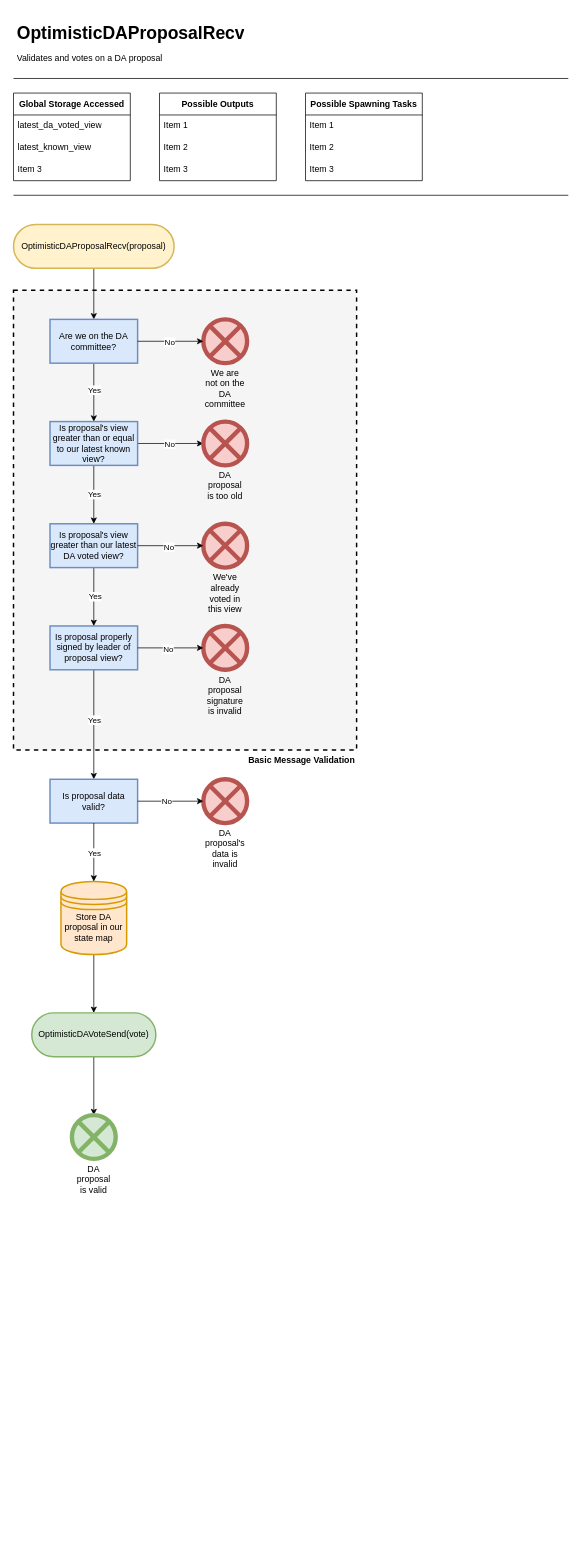
EspressoSystems/HotShot keeps this draw.io diagram as page "OptimisticDAProposalRecv" (3 of 7) of docs/diagrams/HotShotFlow.drawio. Above is the earlier version. Source tidied: cells renumbered, new cells numbered last; positions are measured from the earlier drawing's top-left corner, leaving out a move shared by most shapes. Both pictures are drawn from the tidied source at 73%, with x=0, y=0 at pixel (13, 20).
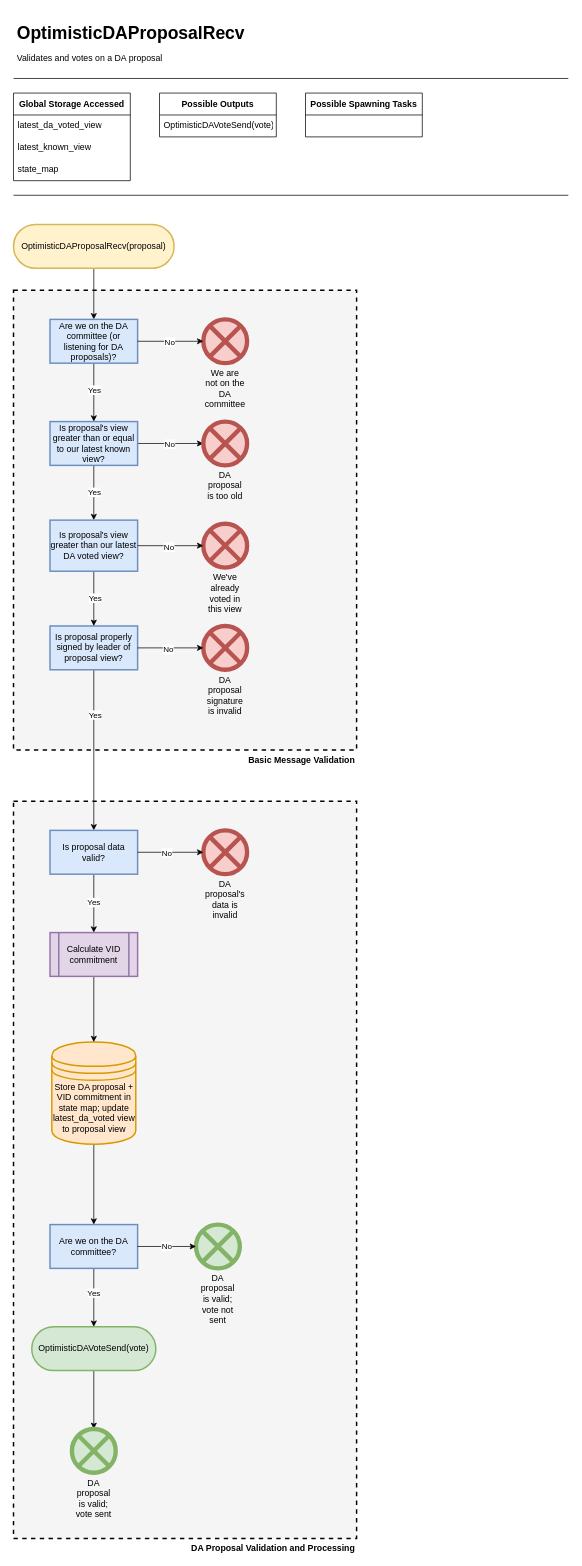
After the change.

Unchanged cells that the change refers to:
```xml
<mxCell id="5" value="&lt;b&gt;Global Storage Accessed&lt;/b&gt;" style="swimlane;fontStyle=0;horizontal=1;startSize=30;whiteSpace=wrap;html=1;" parent="1" vertex="1">
  <mxGeometry y="100" width="160" height="120" as="geometry" />
</mxCell>
<mxCell id="36" style="edgeStyle=orthogonalEdgeStyle;rounded=0;jettySize=auto;html=1;" parent="1" edge="1" source="38" target="49">
  <mxGeometry relative="1" as="geometry" />
</mxCell>
```

What changed in the source:
```diff
@@
+    <mxCell id="55" value="&lt;b&gt;DA Proposal Validation and Processing&lt;/b&gt;" style="rounded=0;whiteSpace=wrap;html=1;labelPosition=center;verticalLabelPosition=bottom;align=right;verticalAlign=top;dashed=1;strokeWidth=2;fillColor=#F5F5F5;" parent="1" vertex="1">
+      <mxGeometry y="1070" width="470" height="1010" as="geometry" />
+    </mxCell>
@@
-    <mxCell id="8" value="Item 3" style="text;strokeColor=none;fillColor=none;align=left;verticalAlign=middle;spacingLeft=4;spacingRight=4;overflow=hidden;whiteSpace=wrap;html=1;" parent="5" vertex="1">
+    <mxCell id="8" value="state_map" style="text;strokeColor=none;fillColor=none;align=left;verticalAlign=middle;spacingLeft=4;spacingRight=4;overflow=hidden;whiteSpace=wrap;html=1;" parent="5" vertex="1">
       <mxGeometry y="90" width="160" height="30" as="geometry" />
     </mxCell>
     <mxCell id="9" value="&lt;b&gt;Possible Outputs&lt;/b&gt;" style="swimlane;fontStyle=0;horizontal=1;startSize=30;whiteSpace=wrap;html=1;" parent="1" vertex="1">
-      <mxGeometry x="200" y="100" width="160" height="120" as="geometry" />
+      <mxGeometry x="200" y="100" width="160" height="60" as="geometry" />
     </mxCell>
-    <mxCell id="10" value="Item 1" style="text;strokeColor=none;fillColor=none;align=left;verticalAlign=middle;spacingLeft=4;spacingRight=4;overflow=hidden;whiteSpace=wrap;html=1;" parent="9" vertex="1">
+    <mxCell id="10" value="OptimisticDAVoteSend(vote)" style="text;strokeColor=none;fillColor=none;align=left;verticalAlign=middle;spacingLeft=4;spacingRight=4;overflow=hidden;whiteSpace=wrap;html=1;" parent="9" vertex="1">
       <mxGeometry y="30" width="160" height="30" as="geometry" />
     </mxCell>
-    <mxCell id="11" value="Item 2" style="text;strokeColor=none;fillColor=none;align=left;verticalAlign=middle;spacingLeft=4;spacingRight=4;overflow=hidden;whiteSpace=wrap;html=1;" parent="9" vertex="1">
-      <mxGeometry y="60" width="160" height="30" as="geometry" />
-    </mxCell>
-    <mxCell id="12" value="Item 3" style="text;strokeColor=none;fillColor=none;align=left;verticalAlign=middle;spacingLeft=4;spacingRight=4;overflow=hidden;whiteSpace=wrap;html=1;" parent="9" vertex="1">
-      <mxGeometry y="90" width="160" height="30" as="geometry" />
-    </mxCell>
     <mxCell id="13" value="&lt;b&gt;Possible Spawning Tasks&lt;/b&gt;" style="swimlane;fontStyle=0;horizontal=1;startSize=30;whiteSpace=wrap;html=1;" parent="1" vertex="1">
-      <mxGeometry x="400" y="100" width="160" height="120" as="geometry" />
+      <mxGeometry x="400" y="100" width="160" height="60" as="geometry" />
     </mxCell>
-    <mxCell id="14" value="Item 1" style="text;strokeColor=none;fillColor=none;align=left;verticalAlign=middle;spacingLeft=4;spacingRight=4;overflow=hidden;whiteSpace=wrap;html=1;" parent="13" vertex="1">
-      <mxGeometry y="30" width="160" height="30" as="geometry" />
-    </mxCell>
-    <mxCell id="15" value="Item 2" style="text;strokeColor=none;fillColor=none;align=left;verticalAlign=middle;spacingLeft=4;spacingRight=4;overflow=hidden;whiteSpace=wrap;html=1;" parent="13" vertex="1">
-      <mxGeometry y="60" width="160" height="30" as="geometry" />
-    </mxCell>
-    <mxCell id="16" value="Item 3" style="text;strokeColor=none;fillColor=none;align=left;verticalAlign=middle;spacingLeft=4;spacingRight=4;overflow=hidden;whiteSpace=wrap;html=1;" parent="13" vertex="1">
-      <mxGeometry y="90" width="160" height="30" as="geometry" />
-    </mxCell>
@@
-    <mxCell id="22" value="Are we on the DA committee?" style="whiteSpace=wrap;html=1;rounded=0;fillColor=#dae8fc;strokeColor=#6c8ebf;strokeWidth=2;" parent="1" vertex="1">
+    <mxCell id="22" value="Are we on the DA committee (or listening for DA proposals)?" style="whiteSpace=wrap;html=1;rounded=0;fillColor=#dae8fc;strokeColor=#6c8ebf;strokeWidth=2;" parent="1" vertex="1">
       <mxGeometry x="50" y="410" width="120" height="60" as="geometry" />
     </mxCell>
@@
-    <mxCell id="26" style="edgeStyle=orthogonalEdgeStyle;rounded=0;jettySize=auto;html=1;" parent="1" edge="1" source="27" target="29">
-      <mxGeometry relative="1" as="geometry" />
-    </mxCell>
+    <mxCell id="56" style="edgeStyle=orthogonalEdgeStyle;rounded=0;jettySize=auto;html=1;" parent="1" edge="1" source="27" target="62">
+      <mxGeometry relative="1" as="geometry" />
+    </mxCell>
-    <mxCell id="27" value="Store DA proposal in our state map" style="strokeWidth=2;html=1;shape=datastore;whiteSpace=wrap;labelPosition=center;verticalLabelPosition=middle;align=center;verticalAlign=top;fillColor=#ffe6cc;strokeColor=#d79b00;" parent="1" vertex="1">
-      <mxGeometry x="65" y="1180" width="90" height="100" as="geometry" />
+    <mxCell id="27" value="Store DA proposal + VID commitment in state map; update latest_da_voted view to proposal view" style="strokeWidth=2;html=1;shape=datastore;whiteSpace=wrap;labelPosition=center;verticalLabelPosition=middle;align=center;verticalAlign=top;fillColor=#ffe6cc;strokeColor=#d79b00;" parent="1" vertex="1">
+      <mxGeometry x="52.5" y="1400" width="115" height="140" as="geometry" />
     </mxCell>
@@
     <mxCell id="29" value="OptimisticDAVoteSend(vote)" style="whiteSpace=wrap;html=1;fillColor=#d5e8d4;strokeColor=#82b366;rounded=1;arcSize=50;strokeWidth=2;" parent="1" vertex="1">
-      <mxGeometry x="25" y="1360" width="170" height="60" as="geometry" />
+      <mxGeometry x="25" y="1790" width="170" height="60" as="geometry" />
     </mxCell>
@@
-    <mxCell id="37" value="Yes" style="edgeLabel;html=1;align=center;verticalAlign=middle;" parent="36" vertex="1">
-      <mxGeometry x="-0.1" relative="1" as="geometry" />
-    </mxCell>
+    <mxCell id="57" value="Yes" style="edgeLabel;html=1;align=center;verticalAlign=middle;" parent="36" vertex="1">
+      <mxGeometry x="-0.45" y="1" relative="1" as="geometry" />
+    </mxCell>
@@
     <mxCell id="42" value="Is proposal's view greater than our latest DA voted view?" style="whiteSpace=wrap;html=1;rounded=0;fillColor=#dae8fc;strokeColor=#6c8ebf;strokeWidth=2;" parent="1" vertex="1">
-      <mxGeometry x="50" y="690" width="120" height="60" as="geometry" />
+      <mxGeometry x="50" y="685" width="120" height="70" as="geometry" />
     </mxCell>
@@
-    <mxCell id="48" value="DA proposal is valid" style="whiteSpace=wrap;html=1;fillColor=#d5e8d4;strokeColor=#82b366;rounded=1;arcSize=50;verticalLabelPosition=bottom;verticalAlign=top;shape=mxgraph.flowchart.or;strokeWidth=6;" parent="1" vertex="1">
-      <mxGeometry x="80" y="1500" width="60" height="60" as="geometry" />
+    <mxCell id="48" value="DA proposal is valid; vote sent" style="whiteSpace=wrap;html=1;fillColor=#d5e8d4;strokeColor=#82b366;rounded=1;arcSize=50;verticalLabelPosition=bottom;verticalAlign=top;shape=mxgraph.flowchart.or;strokeWidth=6;" parent="1" vertex="1">
+      <mxGeometry x="80" y="1930" width="60" height="60" as="geometry" />
     </mxCell>
+    <mxCell id="58" style="edgeStyle=orthogonalEdgeStyle;rounded=0;jettySize=auto;html=1;entryX=0.5;entryY=0;entryDx=0;entryDy=0;" parent="1" edge="1" source="49" target="67">
+      <mxGeometry relative="1" as="geometry" />
+    </mxCell>
+    <mxCell id="59" value="Yes" style="edgeLabel;html=1;align=center;verticalAlign=middle;" parent="58" vertex="1">
+      <mxGeometry x="-0.05" y="-1" relative="1" as="geometry" />
+    </mxCell>
     <mxCell id="49" value="Is proposal data valid?" style="whiteSpace=wrap;html=1;rounded=0;fillColor=#dae8fc;strokeColor=#6c8ebf;strokeWidth=2;" parent="1" vertex="1">
-      <mxGeometry x="50" y="1040" width="120" height="60" as="geometry" />
+      <mxGeometry x="50" y="1110" width="120" height="60" as="geometry" />
     </mxCell>
-    <mxCell id="50" style="edgeStyle=orthogonalEdgeStyle;rounded=0;jettySize=auto;html=1;" parent="1" edge="1" source="49" target="27">
-      <mxGeometry relative="1" as="geometry" />
-    </mxCell>
-    <mxCell id="51" value="Yes" style="edgeLabel;html=1;align=center;verticalAlign=middle;" parent="50" vertex="1">
-      <mxGeometry relative="1" as="geometry" />
-    </mxCell>
     <mxCell id="52" value="DA proposal's data is invalid" style="whiteSpace=wrap;html=1;fillColor=#f8cecc;strokeColor=#b85450;rounded=1;arcSize=50;verticalLabelPosition=bottom;verticalAlign=top;shape=mxgraph.flowchart.or;strokeWidth=6;" parent="1" vertex="1">
-      <mxGeometry x="260" y="1040" width="60" height="60" as="geometry" />
+      <mxGeometry x="260" y="1110" width="60" height="60" as="geometry" />
     </mxCell>
@@
+    <mxCell id="60" style="edgeStyle=orthogonalEdgeStyle;rounded=0;jettySize=auto;html=1;" parent="1" edge="1" source="62" target="29">
+      <mxGeometry relative="1" as="geometry" />
+    </mxCell>
+    <mxCell id="61" value="Yes" style="edgeLabel;html=1;align=center;verticalAlign=middle;" parent="60" vertex="1">
+      <mxGeometry x="-0.17" y="-1" relative="1" as="geometry" />
+    </mxCell>
+    <mxCell id="62" value="Are we on the DA committee?" style="whiteSpace=wrap;html=1;rounded=0;fillColor=#dae8fc;strokeColor=#6c8ebf;strokeWidth=2;" parent="1" vertex="1">
+      <mxGeometry x="50" y="1650" width="120" height="60" as="geometry" />
+    </mxCell>
+    <mxCell id="63" value="DA proposal is valid; vote not sent" style="whiteSpace=wrap;html=1;fillColor=#d5e8d4;strokeColor=#82b366;rounded=1;arcSize=50;verticalLabelPosition=bottom;verticalAlign=top;shape=mxgraph.flowchart.or;strokeWidth=6;" parent="1" vertex="1">
+      <mxGeometry x="250" y="1650" width="60" height="60" as="geometry" />
+    </mxCell>
+    <mxCell id="64" style="edgeStyle=orthogonalEdgeStyle;rounded=0;jettySize=auto;html=1;entryX=0;entryY=0.5;entryDx=0;entryDy=0;entryPerimeter=0;" parent="1" edge="1" source="62" target="63">
+      <mxGeometry relative="1" as="geometry" />
+    </mxCell>
+    <mxCell id="65" value="No" style="edgeLabel;html=1;align=center;verticalAlign=middle;" parent="64" vertex="1">
+      <mxGeometry x="-0.02" y="1" relative="1" as="geometry" />
+    </mxCell>
+    <mxCell id="66" style="edgeStyle=orthogonalEdgeStyle;rounded=0;jettySize=auto;html=1;entryX=0.5;entryY=0;entryDx=0;entryDy=0;" parent="1" edge="1" source="67" target="27">
+      <mxGeometry relative="1" as="geometry" />
+    </mxCell>
+    <mxCell id="67" value="Calculate VID commitment" style="whiteSpace=wrap;html=1;rounded=0;fillColor=#e1d5e7;strokeColor=#9673a6;strokeWidth=2;shape=process;backgroundOutline=1;" parent="1" vertex="1">
+      <mxGeometry x="50" y="1250" width="120" height="60" as="geometry" />
+    </mxCell>
```
